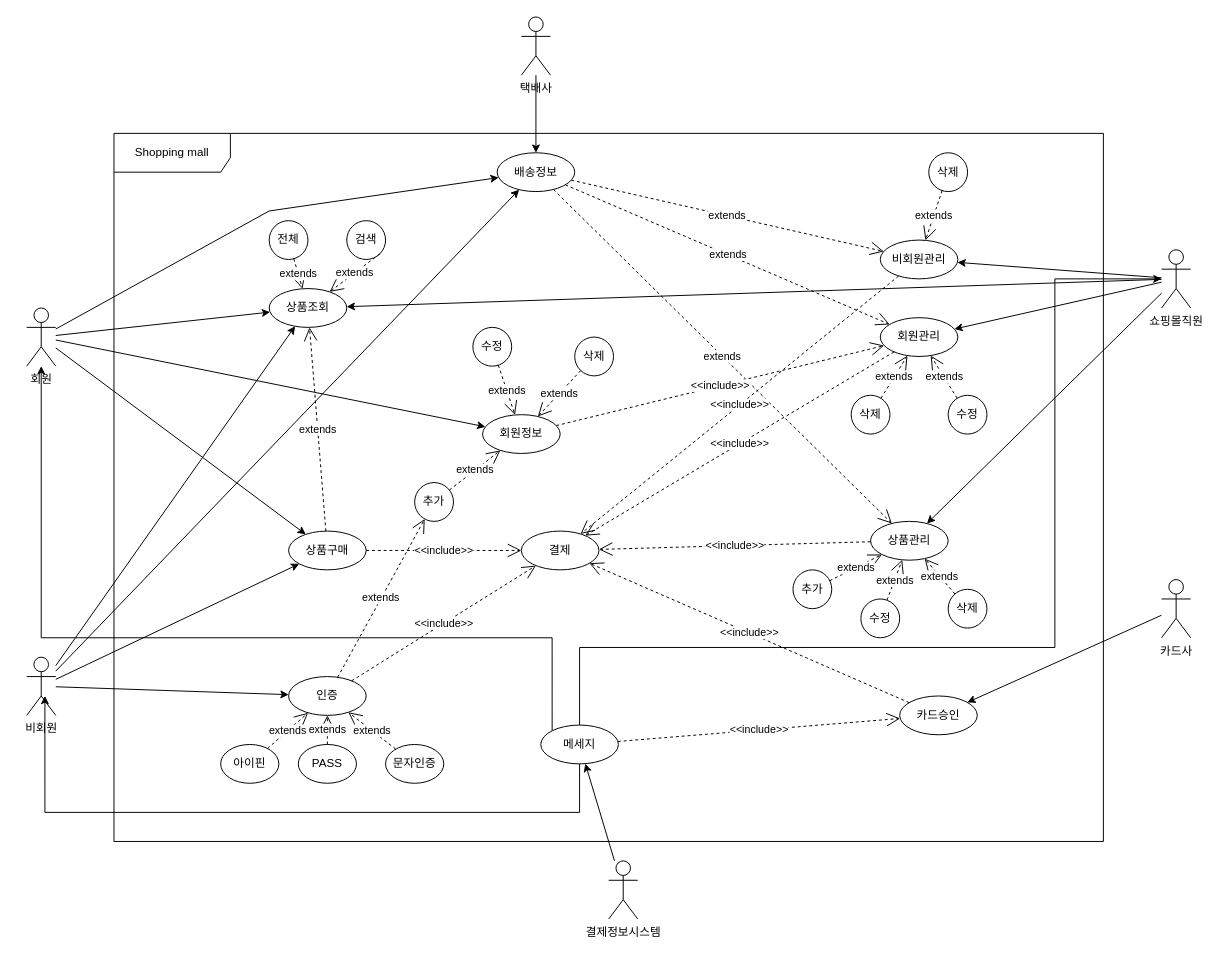
This is teamdiagram (1).drawio from parkwonminn/teamUML, a draw.io file, before an edit. Source tidied: cells renumbered, new cells numbered last; positions are measured from the earlier drawing's top-left corner, leaving out a move shared by most shapes. Both pictures are drawn from the tidied source at 97%, with x=0, y=0 at pixel (26, 16).
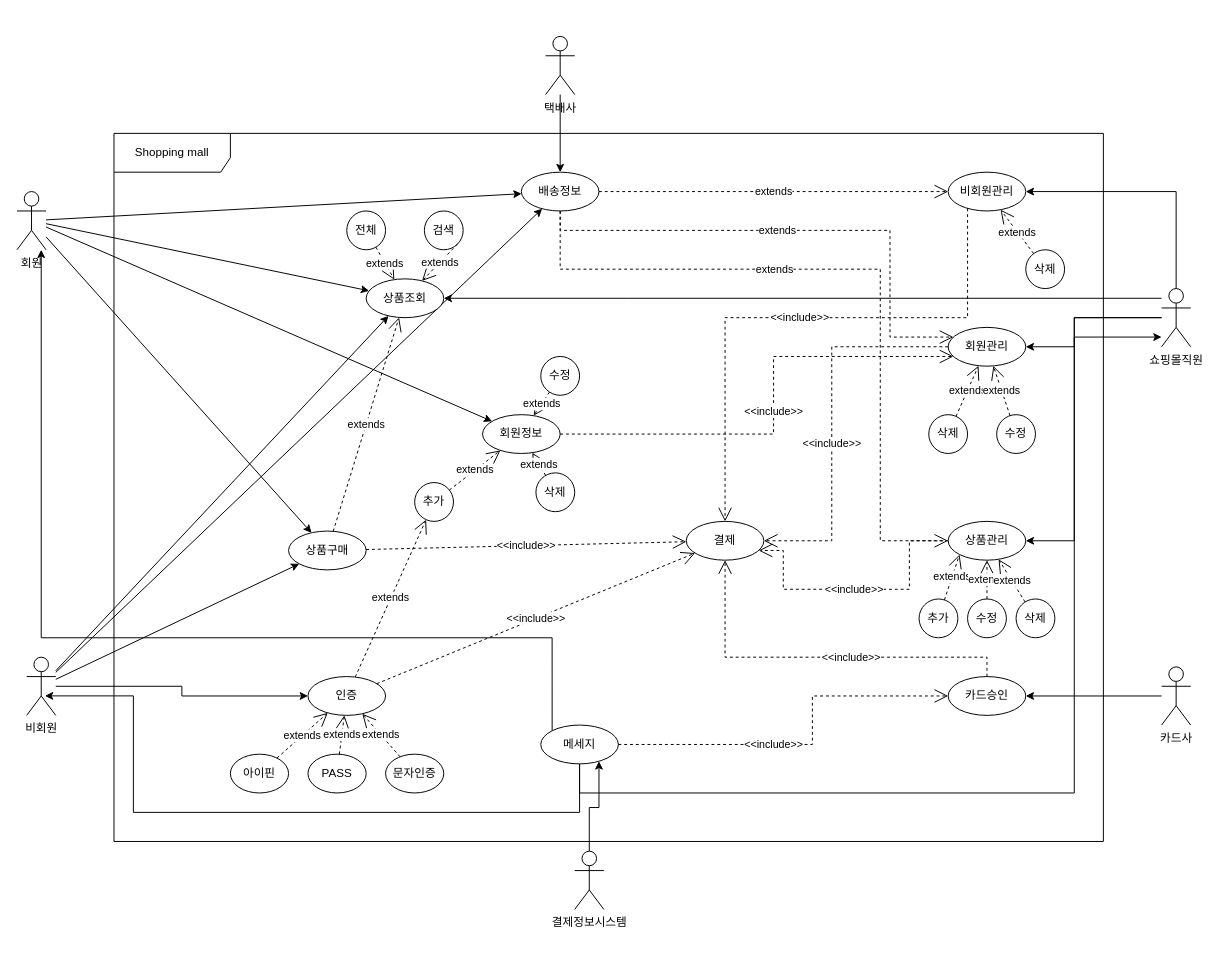
The same page after the edit.

Unchanged cells that the change refers to:
```xml
<mxCell id="12" value="비회원" style="shape=umlActor;verticalLabelPosition=bottom;verticalAlign=top;html=1;" parent="1" vertex="1">
  <mxGeometry y="660" width="30" height="60" as="geometry" />
</mxCell>
<mxCell id="45" value="회원정보" style="ellipse;whiteSpace=wrap;html=1;" parent="1" vertex="1">
  <mxGeometry x="470" y="410" width="80" height="40" as="geometry" />
</mxCell>
<mxCell id="77" value="메세지" style="ellipse;whiteSpace=wrap;html=1;" parent="1" vertex="1">
  <mxGeometry x="530" y="730" width="80" height="40" as="geometry" />
</mxCell>
```

What changed in the source:
```diff
@@
     <mxCell id="6" style="rounded=0;jettySize=auto;html=1;startArrow=none;startFill=0;endArrow=classic;endFill=1;" parent="1" edge="1" source="7" target="24">
-      <mxGeometry relative="1" as="geometry">
-        <Array as="points">
-          <mxPoint x="250" y="200" />
-        </Array>
-      </mxGeometry>
+      <mxGeometry relative="1" as="geometry" />
     </mxCell>
     <mxCell id="7" value="회원" style="shape=umlActor;verticalLabelPosition=bottom;verticalAlign=top;html=1;" parent="1" vertex="1">
-      <mxGeometry y="300" width="30" height="60" as="geometry" />
+      <mxGeometry x="-10" y="180" width="30" height="60" as="geometry" />
     </mxCell>
-    <mxCell id="8" style="edgeStyle=none;rounded=0;jettySize=auto;html=1;" parent="1" edge="1" source="12" target="27">
+    <mxCell id="8" style="edgeStyle=orthogonalEdgeStyle;rounded=0;jettySize=auto;html=1;" parent="1" edge="1" source="12" target="27">
       <mxGeometry relative="1" as="geometry" />
     </mxCell>
@@
     <mxCell id="13" value="회원관리" style="ellipse;whiteSpace=wrap;html=1;" parent="1" vertex="1">
-      <mxGeometry x="880" y="310" width="80" height="40" as="geometry" />
+      <mxGeometry x="950" y="320" width="80" height="40" as="geometry" />
     </mxCell>
     <mxCell id="14" value="결제" style="ellipse;whiteSpace=wrap;html=1;" parent="1" vertex="1">
-      <mxGeometry x="510" y="530" width="80" height="40" as="geometry" />
+      <mxGeometry x="680" y="520" width="80" height="40" as="geometry" />
     </mxCell>
     <mxCell id="15" value="카드승인" style="ellipse;whiteSpace=wrap;html=1;" parent="1" vertex="1">
-      <mxGeometry x="900" y="700" width="80" height="40" as="geometry" />
+      <mxGeometry x="950" y="680" width="80" height="40" as="geometry" />
     </mxCell>
@@
     <mxCell id="17" value="카드사" style="shape=umlActor;verticalLabelPosition=bottom;verticalAlign=top;html=1;" parent="1" vertex="1">
-      <mxGeometry x="1170" y="580" width="30" height="60" as="geometry" />
+      <mxGeometry x="1170" y="670" width="30" height="60" as="geometry" />
     </mxCell>
-    <mxCell id="18" style="edgeStyle=none;rounded=0;jettySize=auto;html=1;" parent="1" edge="1" source="22" target="13">
-      <mxGeometry relative="1" as="geometry" />
+    <mxCell id="18" style="edgeStyle=orthogonalEdgeStyle;rounded=0;jettySize=auto;html=1;" parent="1" edge="1" source="22" target="13">
+      <mxGeometry relative="1" as="geometry">
+        <Array as="points">
+          <mxPoint x="1080" y="310" />
+          <mxPoint x="1080" y="340" />
+        </Array>
+      </mxGeometry>
     </mxCell>
-    <mxCell id="19" style="edgeStyle=none;rounded=0;jettySize=auto;html=1;" parent="1" edge="1" source="22" target="23">
-      <mxGeometry relative="1" as="geometry" />
+    <mxCell id="19" style="edgeStyle=orthogonalEdgeStyle;rounded=0;jettySize=auto;html=1;" parent="1" edge="1" source="22" target="23">
+      <mxGeometry relative="1" as="geometry">
+        <Array as="points">
+          <mxPoint x="1080" y="310" />
+          <mxPoint x="1080" y="540" />
+        </Array>
+      </mxGeometry>
     </mxCell>
-    <mxCell id="20" style="edgeStyle=none;rounded=0;jettySize=auto;html=1;" parent="1" edge="1" source="22" target="28">
-      <mxGeometry relative="1" as="geometry" />
+    <mxCell id="20" style="edgeStyle=orthogonalEdgeStyle;rounded=0;jettySize=auto;html=1;" parent="1" edge="1" source="22" target="28">
+      <mxGeometry relative="1" as="geometry">
+        <Array as="points">
+          <mxPoint x="620" y="290" />
+          <mxPoint x="620" y="290" />
+        </Array>
+      </mxGeometry>
     </mxCell>
-    <mxCell id="21" style="edgeStyle=none;rounded=0;jettySize=auto;html=1;" parent="1" edge="1" source="22" target="38">
-      <mxGeometry relative="1" as="geometry" />
+    <mxCell id="21" style="edgeStyle=orthogonalEdgeStyle;rounded=0;jettySize=auto;html=1;" parent="1" edge="1" source="22" target="38">
+      <mxGeometry relative="1" as="geometry">
+        <Array as="points">
+          <mxPoint x="1185" y="180" />
+        </Array>
+      </mxGeometry>
     </mxCell>
     <mxCell id="22" value="쇼핑몰직원" style="shape=umlActor;verticalLabelPosition=bottom;verticalAlign=top;html=1;" parent="1" vertex="1">
-      <mxGeometry x="1170" y="240" width="30" height="60" as="geometry" />
+      <mxGeometry x="1170" y="280" width="30" height="60" as="geometry" />
     </mxCell>
     <mxCell id="23" value="상품관리" style="ellipse;whiteSpace=wrap;html=1;" parent="1" vertex="1">
-      <mxGeometry x="870" y="520" width="80" height="40" as="geometry" />
+      <mxGeometry x="950" y="520" width="80" height="40" as="geometry" />
     </mxCell>
     <mxCell id="24" value="배송정보" style="ellipse;whiteSpace=wrap;html=1;" parent="1" vertex="1">
-      <mxGeometry x="485" y="140" width="80" height="40" as="geometry" />
+      <mxGeometry x="510" y="160" width="80" height="40" as="geometry" />
     </mxCell>
@@
     <mxCell id="26" value="택배사" style="shape=umlActor;verticalLabelPosition=bottom;verticalAlign=top;html=1;" parent="1" vertex="1">
-      <mxGeometry x="510" width="30" height="60" as="geometry" />
+      <mxGeometry x="535" y="20" width="30" height="60" as="geometry" />
     </mxCell>
     <mxCell id="27" value="인증" style="ellipse;whiteSpace=wrap;html=1;" parent="1" vertex="1">
-      <mxGeometry x="270" y="680" width="80" height="40" as="geometry" />
+      <mxGeometry x="290" y="680" width="80" height="40" as="geometry" />
     </mxCell>
     <mxCell id="28" value="상품조회" style="ellipse;whiteSpace=wrap;html=1;" parent="1" vertex="1">
-      <mxGeometry x="250" y="280" width="80" height="40" as="geometry" />
+      <mxGeometry x="350" y="270" width="80" height="40" as="geometry" />
     </mxCell>
@@
-    <mxCell id="32" value="&amp;lt;&amp;lt;include&amp;gt;&amp;gt;" style="endArrow=open;endSize=12;dashed=1;html=1;rounded=0;" parent="1" edge="1" source="13" target="14">
-      <mxGeometry relative="1" as="geometry" />
+    <mxCell id="32" value="&amp;lt;&amp;lt;include&amp;gt;&amp;gt;" style="endArrow=open;endSize=12;dashed=1;html=1;rounded=0;edgeStyle=orthogonalEdgeStyle;" parent="1" edge="1" source="13" target="14">
+      <mxGeometry x="0.13" relative="1" as="geometry">
+        <Array as="points">
+          <mxPoint x="830" y="340" />
+          <mxPoint x="830" y="540" />
+        </Array>
+      </mxGeometry>
     </mxCell>
@@
-    <mxCell id="34" value="&amp;lt;&amp;lt;include&amp;gt;&amp;gt;" style="endArrow=open;endSize=12;dashed=1;html=1;rounded=0;" parent="1" edge="1" source="23" target="14">
-      <mxGeometry relative="1" as="geometry" />
+    <mxCell id="34" value="&amp;lt;&amp;lt;include&amp;gt;&amp;gt;" style="endArrow=open;endSize=12;dashed=1;html=1;rounded=0;edgeStyle=orthogonalEdgeStyle;" parent="1" edge="1" source="23" target="14">
+      <mxGeometry x="0.03" relative="1" as="geometry">
+        <Array as="points">
+          <mxPoint x="910" y="540" />
+          <mxPoint x="910" y="590" />
+          <mxPoint x="780" y="590" />
+          <mxPoint x="780" y="550" />
+        </Array>
+      </mxGeometry>
     </mxCell>
-    <mxCell id="35" value="&amp;lt;&amp;lt;include&amp;gt;&amp;gt;" style="endArrow=open;endSize=12;dashed=1;html=1;rounded=0;" parent="1" edge="1" source="15" target="14">
-      <mxGeometry relative="1" as="geometry" />
+    <mxCell id="35" value="&amp;lt;&amp;lt;include&amp;gt;&amp;gt;" style="endArrow=open;endSize=12;dashed=1;html=1;rounded=0;edgeStyle=orthogonalEdgeStyle;" parent="1" edge="1" source="15" target="14">
+      <mxGeometry x="-0.18" relative="1" as="geometry">
+        <Array as="points">
+          <mxPoint x="990" y="660" />
+          <mxPoint x="720" y="660" />
+        </Array>
+      </mxGeometry>
     </mxCell>
-    <mxCell id="36" value="extends" style="endArrow=open;endSize=12;dashed=1;html=1;rounded=0;" parent="1" edge="1" source="24" target="13">
-      <mxGeometry relative="1" as="geometry" />
+    <mxCell id="36" value="extends" style="endArrow=open;endSize=12;dashed=1;html=1;rounded=0;edgeStyle=orthogonalEdgeStyle;" parent="1" edge="1" source="24" target="13">
+      <mxGeometry x="-0.09" relative="1" as="geometry">
+        <Array as="points">
+          <mxPoint x="550" y="220" />
+          <mxPoint x="890" y="220" />
+          <mxPoint x="890" y="330" />
+        </Array>
+      </mxGeometry>
     </mxCell>
-    <mxCell id="37" value="extends" style="endArrow=open;endSize=12;dashed=1;html=1;rounded=0;" parent="1" edge="1" source="24" target="23">
-      <mxGeometry relative="1" as="geometry" />
+    <mxCell id="37" value="extends" style="endArrow=open;endSize=12;dashed=1;html=1;rounded=0;edgeStyle=orthogonalEdgeStyle;" parent="1" edge="1" source="24" target="23">
+      <mxGeometry x="-0.24" relative="1" as="geometry">
+        <Array as="points">
+          <mxPoint x="550" y="260" />
+          <mxPoint x="880" y="260" />
+          <mxPoint x="880" y="540" />
+        </Array>
+      </mxGeometry>
     </mxCell>
     <mxCell id="38" value="비회원관리" style="ellipse;whiteSpace=wrap;html=1;" parent="1" vertex="1">
-      <mxGeometry x="880" y="230" width="80" height="40" as="geometry" />
+      <mxGeometry x="950" y="160" width="80" height="40" as="geometry" />
     </mxCell>
@@
-    <mxCell id="40" value="&amp;lt;&amp;lt;include&amp;gt;&amp;gt;" style="endArrow=open;endSize=12;dashed=1;html=1;rounded=0;" parent="1" edge="1" source="38" target="14">
-      <mxGeometry relative="1" as="geometry" />
+    <mxCell id="40" value="&amp;lt;&amp;lt;include&amp;gt;&amp;gt;" style="endArrow=open;endSize=12;dashed=1;html=1;rounded=0;edgeStyle=orthogonalEdgeStyle;" parent="1" edge="1" source="38" target="14">
+      <mxGeometry relative="1" as="geometry">
+        <Array as="points">
+          <mxPoint x="970" y="310" />
+          <mxPoint x="720" y="310" />
+        </Array>
+      </mxGeometry>
     </mxCell>
     <mxCell id="41" value="전체" style="ellipse;whiteSpace=wrap;html=1;" parent="1" vertex="1">
-      <mxGeometry x="250" y="210" width="40" height="40" as="geometry" />
+      <mxGeometry x="330" y="200" width="40" height="40" as="geometry" />
     </mxCell>
     <mxCell id="42" value="검색" style="ellipse;whiteSpace=wrap;html=1;" parent="1" vertex="1">
-      <mxGeometry x="330" y="210" width="40" height="40" as="geometry" />
+      <mxGeometry x="410" y="200" width="40" height="40" as="geometry" />
     </mxCell>
@@
-    <mxCell id="46" value="&amp;lt;&amp;lt;include&amp;gt;&amp;gt;" style="endArrow=open;endSize=12;dashed=1;html=1;rounded=0;" parent="1" edge="1" source="45" target="13">
-      <mxGeometry relative="1" as="geometry" />
+    <mxCell id="46" value="&amp;lt;&amp;lt;include&amp;gt;&amp;gt;" style="endArrow=open;endSize=12;dashed=1;html=1;rounded=0;edgeStyle=orthogonalEdgeStyle;" parent="1" edge="1" source="45" target="13">
+      <mxGeometry relative="1" as="geometry">
+        <Array as="points">
+          <mxPoint x="770" y="430" />
+          <mxPoint x="770" y="350" />
+        </Array>
+      </mxGeometry>
     </mxCell>
     <mxCell id="47" value="수정" style="ellipse;whiteSpace=wrap;html=1;" parent="1" vertex="1">
-      <mxGeometry x="460" y="320" width="40" height="40" as="geometry" />
+      <mxGeometry x="530" y="350" width="40" height="40" as="geometry" />
     </mxCell>
     <mxCell id="48" value="삭제" style="ellipse;whiteSpace=wrap;html=1;" parent="1" vertex="1">
-      <mxGeometry x="565" y="330" width="40" height="40" as="geometry" />
+      <mxGeometry x="525" y="470" width="40" height="40" as="geometry" />
     </mxCell>
@@
     <mxCell id="53" value="삭제" style="ellipse;whiteSpace=wrap;html=1;" parent="1" vertex="1">
-      <mxGeometry x="850" y="390" width="40" height="40" as="geometry" />
+      <mxGeometry x="930" y="410" width="40" height="40" as="geometry" />
     </mxCell>
     <mxCell id="54" value="수정" style="ellipse;whiteSpace=wrap;html=1;" parent="1" vertex="1">
-      <mxGeometry x="950" y="390" width="40" height="40" as="geometry" />
+      <mxGeometry x="1000" y="410" width="40" height="40" as="geometry" />
     </mxCell>
@@
     <mxCell id="57" value="삭제" style="ellipse;whiteSpace=wrap;html=1;" parent="1" vertex="1">
-      <mxGeometry x="930" y="140" width="40" height="40" as="geometry" />
+      <mxGeometry x="1030" y="240" width="40" height="40" as="geometry" />
     </mxCell>
@@
     <mxCell id="59" value="아이핀" style="ellipse;whiteSpace=wrap;html=1;" parent="1" vertex="1">
-      <mxGeometry x="200" y="750" width="60" height="40" as="geometry" />
+      <mxGeometry x="210" y="760" width="60" height="40" as="geometry" />
     </mxCell>
     <mxCell id="60" value="PASS" style="ellipse;whiteSpace=wrap;html=1;" parent="1" vertex="1">
-      <mxGeometry x="280" y="750" width="60" height="40" as="geometry" />
+      <mxGeometry x="290" y="760" width="60" height="40" as="geometry" />
     </mxCell>
     <mxCell id="61" value="문자인증" style="ellipse;whiteSpace=wrap;html=1;" parent="1" vertex="1">
-      <mxGeometry x="370" y="750" width="60" height="40" as="geometry" />
+      <mxGeometry x="370" y="760" width="60" height="40" as="geometry" />
     </mxCell>
@@
     <mxCell id="66" value="수정" style="ellipse;whiteSpace=wrap;html=1;" parent="1" vertex="1">
-      <mxGeometry x="860" y="600" width="40" height="40" as="geometry" />
+      <mxGeometry x="970" y="600" width="40" height="40" as="geometry" />
     </mxCell>
     <mxCell id="67" value="삭제" style="ellipse;whiteSpace=wrap;html=1;" parent="1" vertex="1">
-      <mxGeometry x="950" y="590" width="40" height="40" as="geometry" />
+      <mxGeometry x="1020" y="600" width="40" height="40" as="geometry" />
     </mxCell>
     <mxCell id="68" value="추가" style="ellipse;whiteSpace=wrap;html=1;" parent="1" vertex="1">
-      <mxGeometry x="790" y="570" width="40" height="40" as="geometry" />
+      <mxGeometry x="920" y="600" width="40" height="40" as="geometry" />
     </mxCell>
@@
-    <mxCell id="72" style="rounded=0;jettySize=auto;html=1;startArrow=none;startFill=0;endArrow=classic;endFill=1;" parent="1" edge="1" source="73" target="77">
-      <mxGeometry relative="1" as="geometry" />
+    <mxCell id="72" style="rounded=0;jettySize=auto;html=1;startArrow=none;startFill=0;endArrow=classic;endFill=1;edgeStyle=orthogonalEdgeStyle;" parent="1" edge="1" source="73" target="77">
+      <mxGeometry relative="1" as="geometry">
+        <Array as="points">
+          <mxPoint x="580" y="815" />
+          <mxPoint x="590" y="815" />
+        </Array>
+      </mxGeometry>
     </mxCell>
     <mxCell id="73" value="결제정보시스템" style="shape=umlActor;verticalLabelPosition=bottom;verticalAlign=top;html=1;" parent="1" vertex="1">
-      <mxGeometry x="600" y="870" width="30" height="60" as="geometry" />
+      <mxGeometry x="565" y="860" width="30" height="60" as="geometry" />
     </mxCell>
@@
     <mxCell id="75" style="edgeStyle=orthogonalEdgeStyle;rounded=0;jettySize=auto;html=1;entryX=0.626;entryY=0.665;entryDx=0;entryDy=0;entryPerimeter=0;startArrow=none;startFill=0;endArrow=classic;endFill=1;" parent="1" edge="1" source="77" target="12">
       <mxGeometry relative="1" as="geometry">
         <Array as="points">
           <mxPoint x="570" y="820" />
-          <mxPoint x="19" y="820" />
+          <mxPoint x="110" y="820" />
+          <mxPoint x="110" y="700" />
         </Array>
       </mxGeometry>
     </mxCell>
     <mxCell id="76" style="edgeStyle=orthogonalEdgeStyle;rounded=0;jettySize=auto;html=1;startArrow=none;startFill=0;endArrow=classic;endFill=1;" parent="1" edge="1" source="77" target="22">
       <mxGeometry relative="1" as="geometry">
         <Array as="points">
-          <mxPoint x="570" y="650" />
-          <mxPoint x="1060" y="650" />
-          <mxPoint x="1060" y="270" />
+          <mxPoint x="570" y="800" />
+          <mxPoint x="1080" y="800" />
+          <mxPoint x="1080" y="330" />
         </Array>
       </mxGeometry>
     </mxCell>
@@
-    <mxCell id="78" value="&amp;lt;&amp;lt;include&amp;gt;&amp;gt;" style="endArrow=open;endSize=12;dashed=1;html=1;rounded=0;" parent="1" edge="1" source="77" target="15">
-      <mxGeometry relative="1" as="geometry" />
+    <mxCell id="78" value="&amp;lt;&amp;lt;include&amp;gt;&amp;gt;" style="endArrow=open;endSize=12;dashed=1;html=1;rounded=0;edgeStyle=orthogonalEdgeStyle;" parent="1" edge="1" source="77" target="15">
+      <mxGeometry x="-0.18" relative="1" as="geometry">
+        <Array as="points">
+          <mxPoint x="810" y="750" />
+          <mxPoint x="810" y="700" />
+        </Array>
+      </mxGeometry>
     </mxCell>
```
